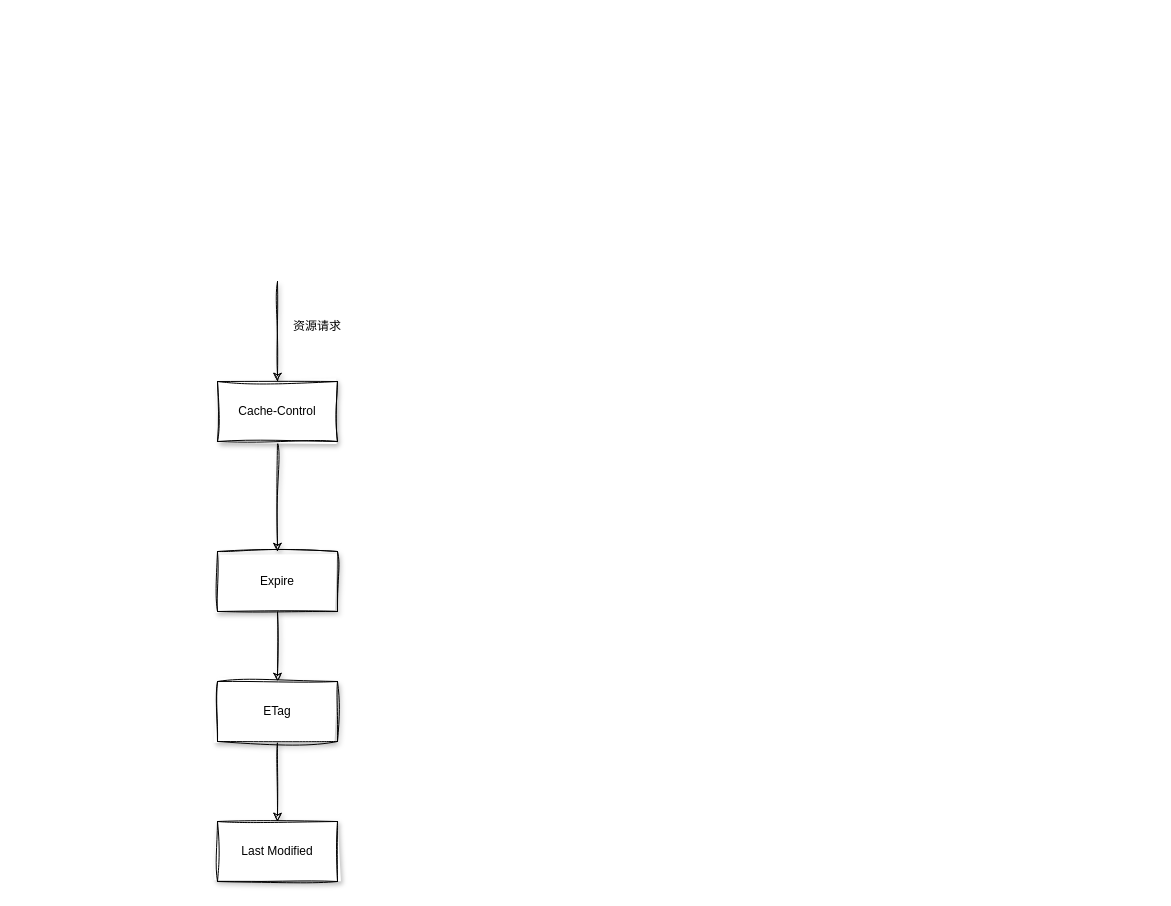
StoryKing123/draw-io keeps this draw.io diagram as 缓存.drawio. Above is the earlier version. Source tidied: cells renumbered, new cells numbered last; positions are measured from the earlier drawing's top-left corner, leaving out a move shared by most shapes. Both pictures are drawn from the tidied source at 100%, with x=0, y=0 at pixel (217, 281).
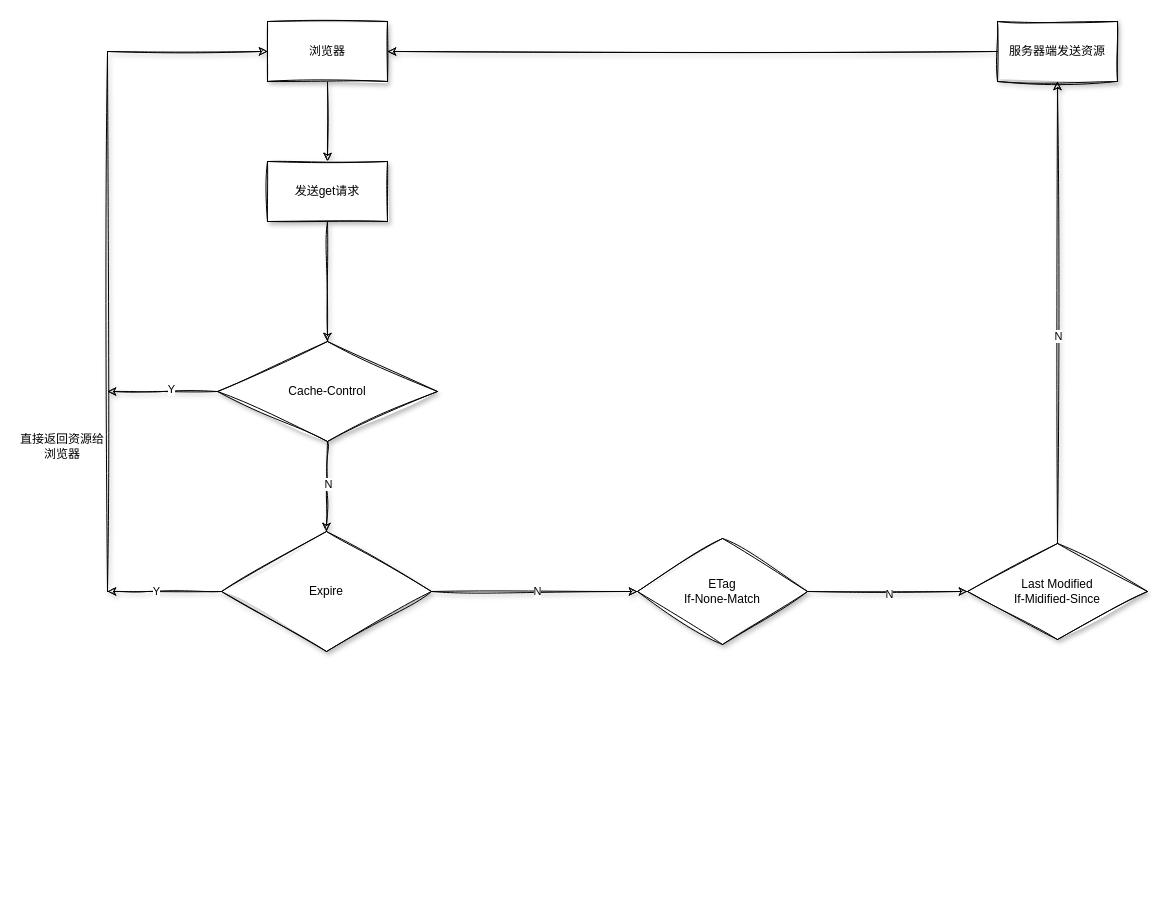
After the change.

The change refers to these unchanged cells:
```xml
<mxCell id="2" style="edgeStyle=orthogonalEdgeStyle;rounded=0;jettySize=auto;html=1;sketch=1;curveFitting=1;jiggle=2;shadow=1;" parent="1" edge="1" source="3" target="7">
  <mxGeometry relative="1" as="geometry" />
</mxCell>
<mxCell id="8" style="edgeStyle=orthogonalEdgeStyle;rounded=0;sketch=1;jettySize=auto;html=1;shadow=1;" parent="1" edge="1" source="9" target="10">
  <mxGeometry relative="1" as="geometry" />
</mxCell>
```

The edit, as a diff of the source:
```diff
@@
+    <mxCell id="11" value="N" style="edgeLabel;html=1;align=center;verticalAlign=middle;" parent="2" vertex="1">
+      <mxGeometry x="-0.18" y="-6" relative="1" as="geometry">
+        <mxPoint x="6" y="5" as="offset" />
+      </mxGeometry>
+    </mxCell>
+    <mxCell id="12" style="edgeStyle=orthogonalEdgeStyle;rounded=0;sketch=1;jettySize=auto;html=1;shadow=1;" parent="1" edge="1" source="3">
+      <mxGeometry relative="1" as="geometry">
+        <mxPoint x="-110" y="110" as="targetPoint" />
+      </mxGeometry>
+    </mxCell>
+    <mxCell id="13" value="Y" style="edgeLabel;html=1;align=center;verticalAlign=middle;" parent="12" vertex="1">
+      <mxGeometry x="-0.15" y="-3" relative="1" as="geometry" />
+    </mxCell>
-    <mxCell id="3" value="Cache-Control" style="rounded=0;whiteSpace=wrap;html=1;sketch=1;curveFitting=1;jiggle=2;shadow=1;" parent="1" vertex="1">
-      <mxGeometry y="100" width="120" height="60" as="geometry" />
+    <mxCell id="3" value="Cache-Control" style="rhombus;whiteSpace=wrap;html=1;shadow=1;fontFamily=Helvetica;fontSize=12;fontColor=default;align=center;strokeColor=default;fillColor=default;sketch=1;jiggle=2;curveFitting=1;" parent="1" vertex="1">
+      <mxGeometry y="60" width="220" height="100" as="geometry" />
     </mxCell>
-    <mxCell id="4" style="endArrow=classic;html=1;rounded=0;entryX=0.5;entryY=0;entryDx=0;entryDy=0;sketch=1;curveFitting=1;jiggle=2;shadow=1;" parent="1" edge="1" target="3">
-      <mxGeometry relative="1" as="geometry">
-        <mxPoint x="60" as="sourcePoint" />
-      </mxGeometry>
+    <mxCell id="4" style="endArrow=classic;html=1;rounded=0;entryX=0.5;entryY=0;entryDx=0;entryDy=0;sketch=1;curveFitting=1;jiggle=2;shadow=1;exitX=0.5;exitY=1;exitDx=0;exitDy=0;" parent="1" edge="1" source="24" target="3">
+      <mxGeometry relative="1" as="geometry" />
     </mxCell>
-    <mxCell id="5" value="资源请求" style="text;html=1;strokeColor=none;fillColor=none;align=center;verticalAlign=middle;whiteSpace=wrap;rounded=0;sketch=1;curveFitting=1;jiggle=2;shadow=1;" parent="1" vertex="1">
-      <mxGeometry x="70" y="30" width="60" height="30" as="geometry" />
-    </mxCell>
-    <mxCell id="6" style="edgeStyle=orthogonalEdgeStyle;rounded=0;sketch=1;jettySize=auto;html=1;entryX=0.5;entryY=0;entryDx=0;entryDy=0;shadow=1;" parent="1" edge="1" source="7" target="9">
+    <mxCell id="6" style="edgeStyle=orthogonalEdgeStyle;rounded=0;sketch=1;jettySize=auto;html=1;shadow=1;" parent="1" edge="1" source="7" target="9">
       <mxGeometry relative="1" as="geometry" />
     </mxCell>
+    <mxCell id="14" value="N" style="edgeLabel;html=1;align=center;verticalAlign=middle;" parent="6" vertex="1">
+      <mxGeometry x="0.02" y="1" relative="1" as="geometry" />
+    </mxCell>
+    <mxCell id="15" style="edgeStyle=orthogonalEdgeStyle;rounded=0;sketch=1;jettySize=auto;html=1;shadow=1;" parent="1" edge="1" source="7">
+      <mxGeometry relative="1" as="geometry">
+        <mxPoint x="-110" y="310" as="targetPoint" />
+        <Array as="points">
+          <mxPoint x="-70" y="310" />
+          <mxPoint x="-70" y="310" />
+        </Array>
+      </mxGeometry>
+    </mxCell>
+    <mxCell id="16" value="Y" style="edgeLabel;html=1;align=center;verticalAlign=middle;" parent="15" vertex="1">
+      <mxGeometry x="0.16" y="-1" relative="1" as="geometry" />
+    </mxCell>
-    <mxCell id="7" value="Expire" style="rounded=0;whiteSpace=wrap;html=1;sketch=1;curveFitting=1;jiggle=2;shadow=1;" parent="1" vertex="1">
-      <mxGeometry y="270" width="120" height="60" as="geometry" />
+    <mxCell id="7" value="Expire" style="rhombus;whiteSpace=wrap;html=1;shadow=1;fontFamily=Helvetica;fontSize=12;fontColor=default;align=center;strokeColor=default;fillColor=default;sketch=1;jiggle=2;curveFitting=1;" parent="1" vertex="1">
+      <mxGeometry x="4" y="250" width="210" height="120" as="geometry" />
     </mxCell>
@@
+    <mxCell id="17" value="N" style="edgeLabel;html=1;align=center;verticalAlign=middle;" parent="8" vertex="1">
+      <mxGeometry x="0.01" y="-2" relative="1" as="geometry" />
+    </mxCell>
-    <mxCell id="9" value="ETag" style="rounded=0;whiteSpace=wrap;html=1;sketch=1;curveFitting=1;jiggle=2;shadow=1;" parent="1" vertex="1">
-      <mxGeometry y="400" width="120" height="60" as="geometry" />
+    <mxCell id="9" value="ETag&lt;br&gt;If-None-Match" style="rhombus;whiteSpace=wrap;html=1;shadow=1;fontFamily=Helvetica;fontSize=12;fontColor=default;align=center;strokeColor=default;fillColor=default;sketch=1;jiggle=2;curveFitting=1;" parent="1" vertex="1">
+      <mxGeometry x="420" y="257" width="170" height="106" as="geometry" />
     </mxCell>
+    <mxCell id="18" style="edgeStyle=orthogonalEdgeStyle;rounded=0;sketch=1;jettySize=auto;html=1;shadow=1;" parent="1" edge="1" source="10" target="21">
+      <mxGeometry relative="1" as="geometry" />
+    </mxCell>
+    <mxCell id="19" value="N" style="edgeLabel;html=1;align=center;verticalAlign=middle;" parent="18" vertex="1">
+      <mxGeometry x="-0.1" relative="1" as="geometry" />
+    </mxCell>
-    <mxCell id="10" value="Last Modified" style="rounded=0;whiteSpace=wrap;html=1;sketch=1;curveFitting=1;jiggle=2;shadow=1;" parent="1" vertex="1">
-      <mxGeometry y="540" width="120" height="60" as="geometry" />
+    <mxCell id="10" value="Last Modified&lt;br&gt;If-Midified-Since" style="rhombus;whiteSpace=wrap;html=1;shadow=1;fontFamily=Helvetica;fontSize=12;fontColor=default;align=center;strokeColor=default;fillColor=default;sketch=1;jiggle=2;curveFitting=1;" parent="1" vertex="1">
+      <mxGeometry x="750" y="262" width="180" height="96" as="geometry" />
     </mxCell>
+    <mxCell id="20" style="edgeStyle=orthogonalEdgeStyle;rounded=0;sketch=1;jettySize=auto;html=1;entryX=1;entryY=0.5;entryDx=0;entryDy=0;shadow=1;" parent="1" edge="1" source="21" target="23">
+      <mxGeometry relative="1" as="geometry" />
+    </mxCell>
+    <mxCell id="21" value="服务器端发送资源" style="rounded=0;whiteSpace=wrap;html=1;shadow=1;gradientColor=none;sketch=1;curveFitting=1;jiggle=2;" parent="1" vertex="1">
+      <mxGeometry x="780" y="-260" width="120" height="60" as="geometry" />
+    </mxCell>
+    <mxCell id="22" style="edgeStyle=orthogonalEdgeStyle;rounded=0;sketch=1;jettySize=auto;html=1;shadow=1;" parent="1" edge="1" source="23" target="24">
+      <mxGeometry relative="1" as="geometry" />
+    </mxCell>
+    <mxCell id="23" value="浏览器" style="rounded=0;whiteSpace=wrap;html=1;shadow=1;sketch=1;gradientColor=none;" parent="1" vertex="1">
+      <mxGeometry x="50" y="-260" width="120" height="60" as="geometry" />
+    </mxCell>
+    <mxCell id="24" value="发送get请求" style="rounded=0;whiteSpace=wrap;html=1;shadow=1;sketch=1;gradientColor=none;" parent="1" vertex="1">
+      <mxGeometry x="50" y="-120" width="120" height="60" as="geometry" />
+    </mxCell>
+    <mxCell id="25" style="endArrow=classic;html=1;rounded=0;shadow=1;sketch=1;entryX=0;entryY=0.5;entryDx=0;entryDy=0;" parent="1" edge="1" target="23">
+      <mxGeometry relative="1" as="geometry">
+        <mxPoint x="-110" y="310" as="sourcePoint" />
+        <Array as="points">
+          <mxPoint x="-110" y="-230" />
+        </Array>
+      </mxGeometry>
+    </mxCell>
+    <mxCell id="26" value="直接返回资源给浏览器" style="text;html=1;strokeColor=none;fillColor=none;align=center;verticalAlign=middle;whiteSpace=wrap;rounded=0;" parent="1" vertex="1">
+      <mxGeometry x="-200" y="120" width="90" height="90" as="geometry" />
+    </mxCell>
```
